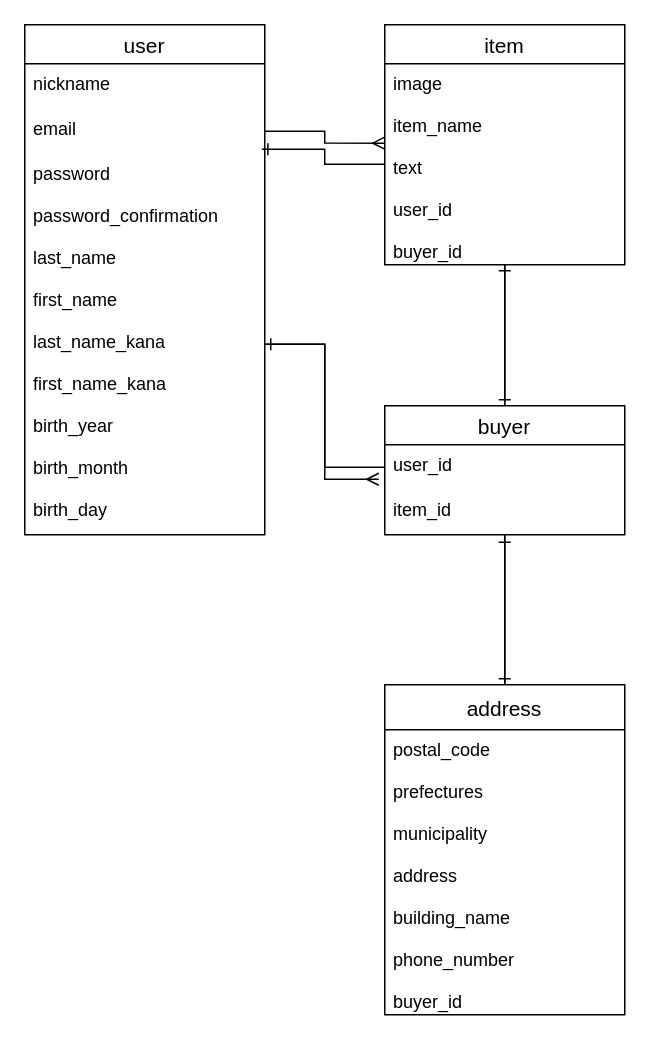
nakakou0703/furima-34877- keeps this draw.io diagram as ER.dio. Above is the earlier version. Source tidied: cells renumbered, new cells numbered last; positions are measured from the earlier drawing's top-left corner, leaving out a move shared by most shapes. Both pictures are drawn from the tidied source at 150%, with x=0, y=0 at pixel (24, 24).
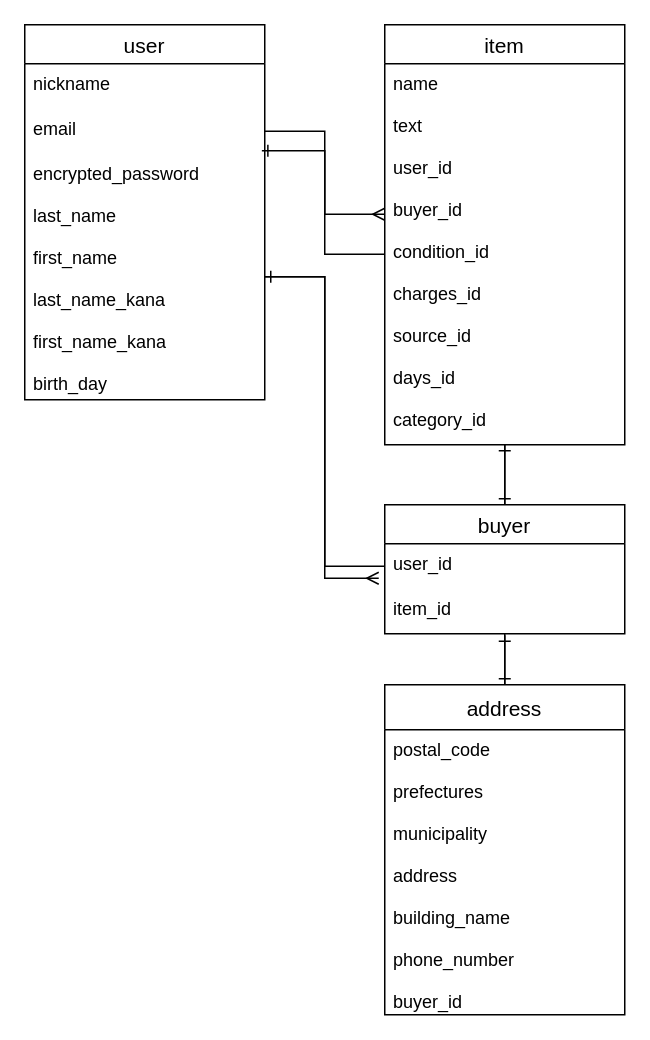
Above is the later version.

Commit message (it also covers changes not shown here):
ER図・README作成（修正１回目）

The edit, as a diff of the source:
```diff
@@
     <mxCell id="2" value="user" style="swimlane;fontStyle=0;horizontal=1;startSize=26;align=center;fontSize=14;" parent="1" vertex="1">
-      <mxGeometry width="160" height="340" as="geometry" />
+      <mxGeometry width="160" height="250" as="geometry" />
     </mxCell>
@@
-    <mxCell id="5" value="password&#10;&#10;password_confirmation&#10;&#10;last_name&#10;&#10;first_name&#10;&#10;last_name_kana&#10;&#10;first_name_kana&#10;&#10;birth_year&#10;&#10;birth_month&#10;&#10;birth_day&#10;" style="text;strokeColor=none;fillColor=none;spacingLeft=4;spacingRight=4;overflow=hidden;points=[[0,0.5],[1,0.5]];portConstraint=eastwest;fontSize=12;" parent="2" vertex="1">
-      <mxGeometry y="86" width="160" height="254" as="geometry" />
+    <mxCell id="5" value="encrypted_password &#10;&#10;last_name&#10;&#10;first_name&#10;&#10;last_name_kana&#10;&#10;first_name_kana&#10;&#10;birth_day&#10;" style="text;strokeColor=none;fillColor=none;spacingLeft=4;spacingRight=4;overflow=hidden;points=[[0,0.5],[1,0.5]];portConstraint=eastwest;fontSize=12;" parent="2" vertex="1">
+      <mxGeometry y="86" width="160" height="164" as="geometry" />
     </mxCell>
@@
     <mxCell id="7" value="item" style="swimlane;fontStyle=0;horizontal=1;startSize=26;align=center;fontSize=14;" parent="1" vertex="1">
-      <mxGeometry x="240" width="160" height="160" as="geometry" />
+      <mxGeometry x="240" width="160" height="280" as="geometry" />
     </mxCell>
-    <mxCell id="8" value="image&#10;&#10;item_name&#10;&#10;text&#10;&#10;user_id&#10;&#10;buyer_id&#10;" style="text;strokeColor=none;fillColor=none;spacingLeft=4;spacingRight=4;overflow=hidden;points=[[0,0.5],[1,0.5]];portConstraint=eastwest;fontSize=12;" parent="7" vertex="1">
-      <mxGeometry y="26" width="160" height="134" as="geometry" />
+    <mxCell id="8" value="name&#10;&#10;text&#10;&#10;user_id&#10;&#10;buyer_id&#10;&#10;condition_id&#10;&#10;charges_id &#10;&#10;source_id&#10;&#10;days_id&#10;&#10;category_id" style="text;strokeColor=none;fillColor=none;spacingLeft=4;spacingRight=4;overflow=hidden;points=[[0,0.5],[1,0.5]];portConstraint=eastwest;fontSize=12;" parent="7" vertex="1">
+      <mxGeometry y="26" width="160" height="254" as="geometry" />
     </mxCell>
@@
     <mxCell id="11" value="buyer" style="swimlane;fontStyle=0;horizontal=1;startSize=26;align=center;fontSize=14;" parent="1" vertex="1">
-      <mxGeometry x="240" y="254" width="160" height="86" as="geometry" />
+      <mxGeometry x="240" y="320" width="160" height="86" as="geometry" />
     </mxCell>
```
